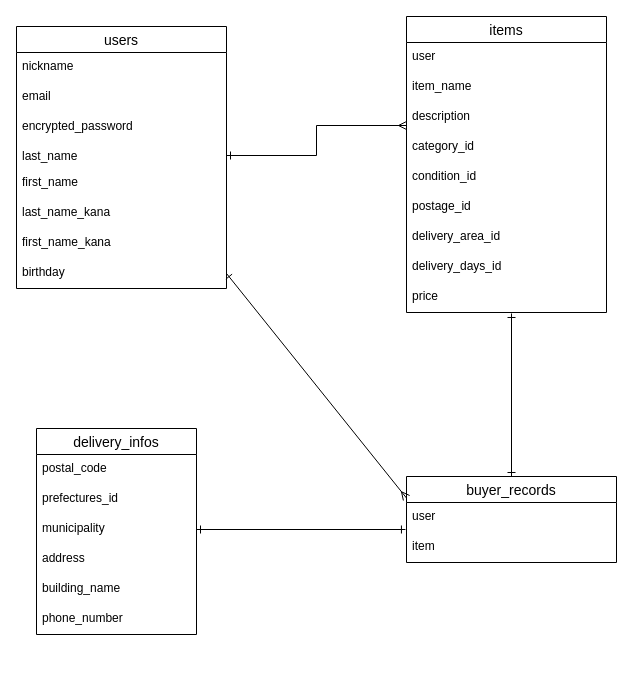
This is furima-er.dio from daichi-33/furima-35975, a draw.io file, before an edit. Source tidied: cells renumbered, new cells numbered last; positions are measured from the earlier drawing's top-left corner, leaving out a move shared by most shapes. Both pictures are drawn from the tidied source at 100%, with x=0, y=0 at pixel (16, 16).
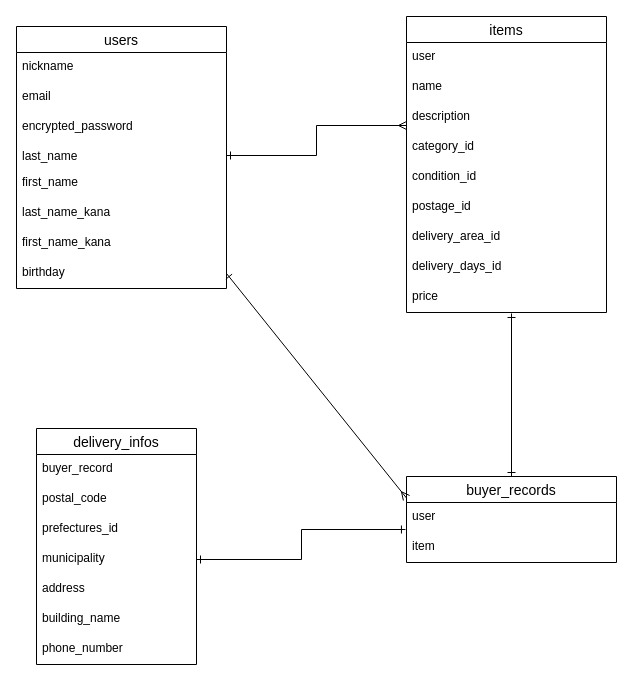
After the change.

Commit message (it also covers changes not shown here):
ER図・テーブル設計＜修正3回目＞

Unchanged cells that the change refers to:
```xml
<mxCell id="11" value="items" style="swimlane;fontStyle=0;horizontal=1;startSize=26;align=center;fontSize=14;" parent="1" vertex="1">
  <mxGeometry x="390" width="200" height="296" as="geometry" />
</mxCell>
```

The edit, as a diff of the source:
```diff
@@
-    <mxCell id="13" value="item_name" style="text;strokeColor=none;fillColor=none;spacingLeft=4;spacingRight=4;overflow=hidden;fontSize=12;" parent="11" vertex="1">
+    <mxCell id="13" value="name" style="text;strokeColor=none;fillColor=none;spacingLeft=4;spacingRight=4;overflow=hidden;fontSize=12;" parent="11" vertex="1">
       <mxGeometry y="56" width="200" height="30" as="geometry" />
     </mxCell>
@@
     <mxCell id="25" value="delivery_infos" style="swimlane;fontStyle=0;horizontal=1;startSize=26;align=center;fontSize=14;" parent="1" vertex="1">
-      <mxGeometry x="20" y="412" width="160" height="206" as="geometry" />
+      <mxGeometry x="20" y="412" width="160" height="236" as="geometry" />
     </mxCell>
+    <mxCell id="35" value="buyer_record" style="text;strokeColor=none;fillColor=none;spacingLeft=4;spacingRight=4;overflow=hidden;fontSize=12;" parent="25" vertex="1">
+      <mxGeometry y="26" width="160" height="30" as="geometry" />
+    </mxCell>
     <mxCell id="26" value="postal_code" style="text;strokeColor=none;fillColor=none;spacingLeft=4;spacingRight=4;overflow=hidden;fontSize=12;" parent="25" vertex="1">
-      <mxGeometry y="26" width="160" height="30" as="geometry" />
+      <mxGeometry y="56" width="160" height="30" as="geometry" />
     </mxCell>
     <mxCell id="27" value="prefectures_id" style="text;strokeColor=none;fillColor=none;spacingLeft=4;spacingRight=4;overflow=hidden;fontSize=12;" parent="25" vertex="1">
-      <mxGeometry y="56" width="160" height="30" as="geometry" />
+      <mxGeometry y="86" width="160" height="30" as="geometry" />
     </mxCell>
     <mxCell id="28" value="municipality" style="text;strokeColor=none;fillColor=none;spacingLeft=4;spacingRight=4;overflow=hidden;points=[[0,0.5],[1,0.5]];portConstraint=eastwest;fontSize=12;" parent="25" vertex="1">
-      <mxGeometry y="86" width="160" height="30" as="geometry" />
+      <mxGeometry y="116" width="160" height="30" as="geometry" />
     </mxCell>
     <mxCell id="29" value="address" style="text;strokeColor=none;fillColor=none;spacingLeft=4;spacingRight=4;overflow=hidden;fontSize=12;" parent="25" vertex="1">
-      <mxGeometry y="116" width="160" height="30" as="geometry" />
+      <mxGeometry y="146" width="160" height="30" as="geometry" />
     </mxCell>
     <mxCell id="30" value="building_name" style="text;strokeColor=none;fillColor=none;spacingLeft=4;spacingRight=4;overflow=hidden;fontSize=12;" parent="25" vertex="1">
-      <mxGeometry y="146" width="160" height="30" as="geometry" />
+      <mxGeometry y="176" width="160" height="30" as="geometry" />
     </mxCell>
     <mxCell id="31" value="phone_number" style="text;strokeColor=none;fillColor=none;spacingLeft=4;spacingRight=4;overflow=hidden;fontSize=12;" parent="25" vertex="1">
-      <mxGeometry y="176" width="160" height="30" as="geometry" />
+      <mxGeometry y="206" width="160" height="30" as="geometry" />
     </mxCell>
```
